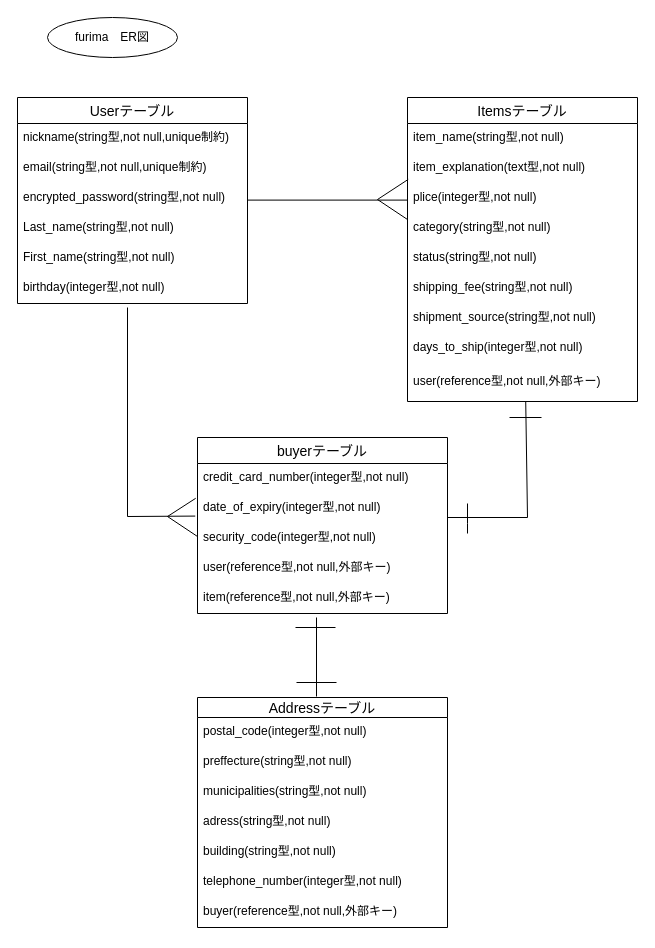
Above: ER.dio in basyobasyo/furima-36683 (draw.io), before the change. Source tidied: cells renumbered, new cells numbered last; positions are measured from the earlier drawing's top-left corner, leaving out a move shared by most shapes. Both pictures are drawn from the tidied source at 100%, with x=0, y=0 at pixel (17, 17).
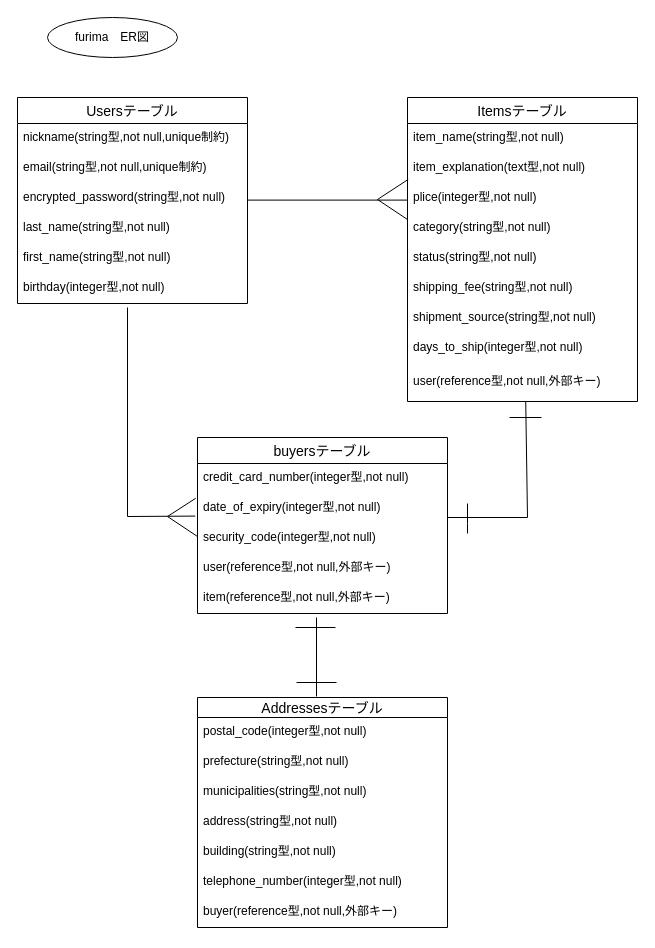
Above is the later version.

Commit message (it also covers changes not shown here):
ER図の修正とREADMEの作成

What changed in the source:
```diff
@@
-    <mxCell id="2" value="Userテーブル" style="swimlane;fontStyle=0;horizontal=1;startSize=26;align=center;fontSize=14;" parent="1" vertex="1">
+    <mxCell id="2" value="Usersテーブル" style="swimlane;fontStyle=0;horizontal=1;startSize=26;align=center;fontSize=14;" parent="1" vertex="1">
       <mxGeometry y="80" width="230" height="206" as="geometry" />
     </mxCell>
@@
-    <mxCell id="6" value="Last_name(string型,not null)" style="text;strokeColor=none;fillColor=none;spacingLeft=4;spacingRight=4;overflow=hidden;fontSize=12;" parent="2" vertex="1">
+    <mxCell id="6" value="last_name(string型,not null)" style="text;strokeColor=none;fillColor=none;spacingLeft=4;spacingRight=4;overflow=hidden;fontSize=12;" parent="2" vertex="1">
       <mxGeometry y="116" width="230" height="30" as="geometry" />
     </mxCell>
-    <mxCell id="7" value="First_name(string型,not null)" style="text;strokeColor=none;fillColor=none;spacingLeft=4;spacingRight=4;overflow=hidden;fontSize=12;" parent="2" vertex="1">
+    <mxCell id="7" value="first_name(string型,not null)" style="text;strokeColor=none;fillColor=none;spacingLeft=4;spacingRight=4;overflow=hidden;fontSize=12;" parent="2" vertex="1">
       <mxGeometry y="146" width="230" height="30" as="geometry" />
     </mxCell>
@@
-    <mxCell id="20" value="buyerテーブル" style="swimlane;fontStyle=0;horizontal=1;startSize=26;align=center;fontSize=14;" parent="1" vertex="1">
+    <mxCell id="20" value="buyersテーブル" style="swimlane;fontStyle=0;horizontal=1;startSize=26;align=center;fontSize=14;" parent="1" vertex="1">
       <mxGeometry x="180" y="420" width="250" height="176" as="geometry" />
     </mxCell>
@@
-    <mxCell id="28" value="Addressテーブル" style="swimlane;fontStyle=0;horizontal=1;startSize=20;align=center;fontSize=14;" parent="1" vertex="1">
+    <mxCell id="28" value="Addressesテーブル" style="swimlane;fontStyle=0;horizontal=1;startSize=20;align=center;fontSize=14;" parent="1" vertex="1">
       <mxGeometry x="180" y="680" width="250" height="230" as="geometry" />
     </mxCell>
@@
-    <mxCell id="30" value="preffecture(string型,not null)" style="text;strokeColor=none;fillColor=none;spacingLeft=4;spacingRight=4;overflow=hidden;fontSize=12;" parent="28" vertex="1">
+    <mxCell id="30" value="prefecture(string型,not null)" style="text;strokeColor=none;fillColor=none;spacingLeft=4;spacingRight=4;overflow=hidden;fontSize=12;" parent="28" vertex="1">
       <mxGeometry y="50" width="250" height="30" as="geometry" />
     </mxCell>
@@
-    <mxCell id="32" value="adress(string型,not null)" style="text;strokeColor=none;fillColor=none;spacingLeft=4;spacingRight=4;overflow=hidden;fontSize=12;" parent="28" vertex="1">
+    <mxCell id="32" value="address(string型,not null)" style="text;strokeColor=none;fillColor=none;spacingLeft=4;spacingRight=4;overflow=hidden;fontSize=12;" parent="28" vertex="1">
       <mxGeometry y="110" width="250" height="30" as="geometry" />
     </mxCell>
```
